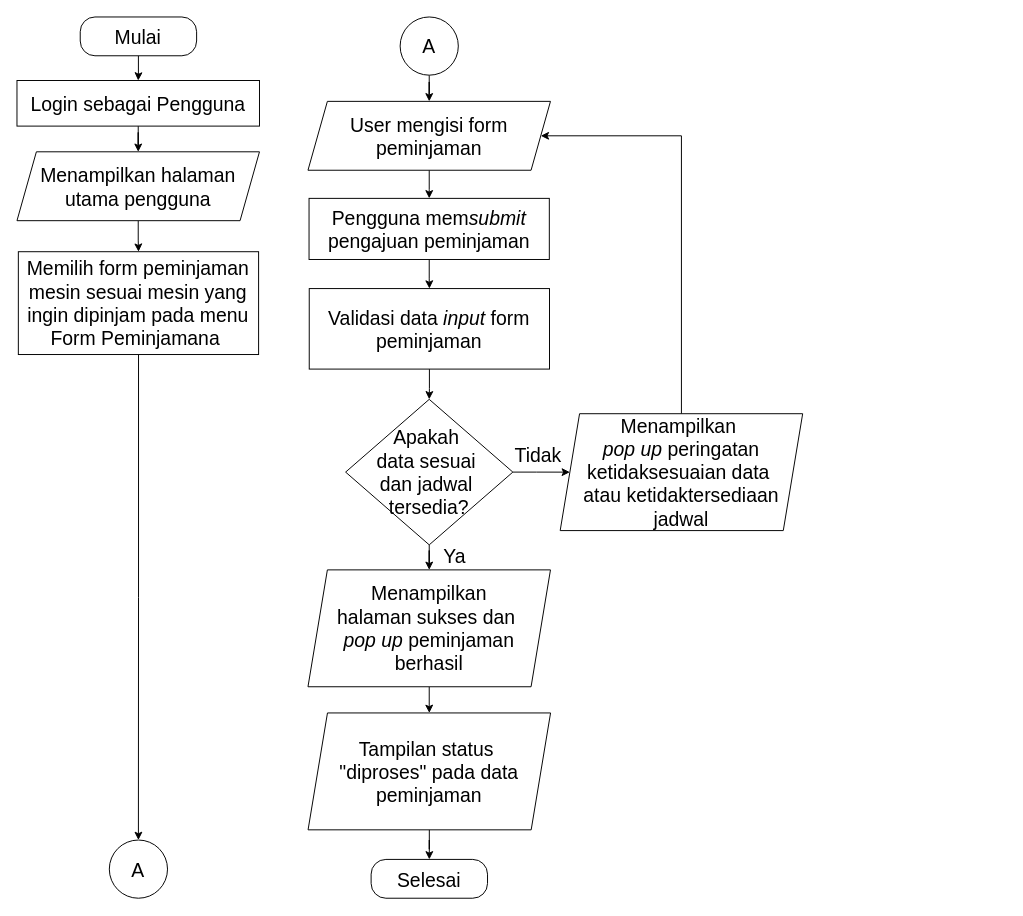
The draw.io diagram page "Salinan Proses Pengajuan Peminjaman" (38 of 45) of Diagram Aktivitas Admin.drawio.xml in murtianggraeni/TugasAkhir_Flowchart, before the edit. Source tidied: cells renumbered, new cells numbered last; positions are measured from the earlier drawing's top-left corner, leaving out a move shared by most shapes. Both pictures are drawn from the tidied source at 97%, with x=0, y=0 at pixel (16, 16).
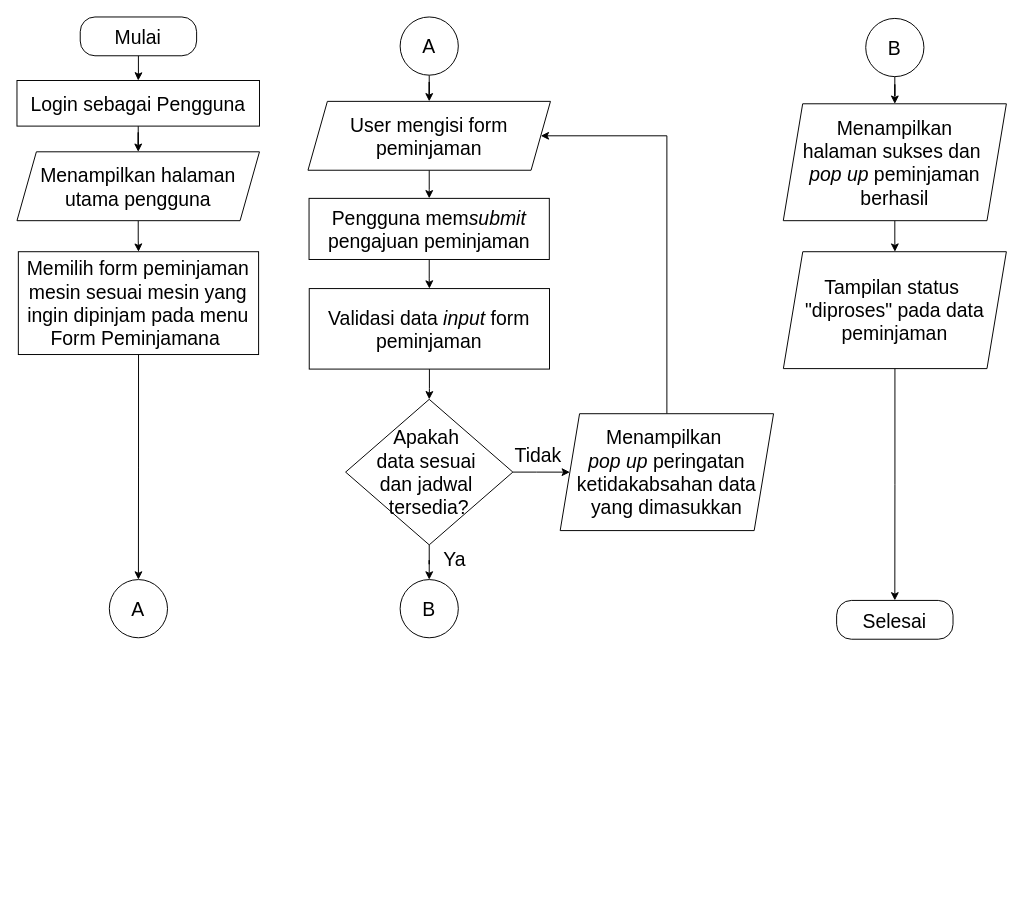
After the change.

The change refers to these unchanged cells:
```xml
<mxCell id="12" value="&lt;span style=&quot;font-size: 20px;&quot;&gt;User mengisi form peminjaman&lt;/span&gt;" style="shape=parallelogram;perimeter=parallelogramPerimeter;whiteSpace=wrap;html=1;fixedSize=1;" parent="1" vertex="1">
  <mxGeometry x="300" y="87" width="250" height="71" as="geometry" />
</mxCell>
<mxCell id="21" value="&lt;font style=&quot;font-size: 20px;&quot;&gt;Apakah&amp;nbsp;&lt;/font&gt;&lt;div&gt;&lt;font style=&quot;font-size: 20px;&quot;&gt;data sesuai&amp;nbsp;&lt;/font&gt;&lt;/div&gt;&lt;div&gt;&lt;font style=&quot;font-size: 20px;&quot;&gt;&lt;font style=&quot;&quot;&gt;dan&amp;nbsp;&lt;/font&gt;&lt;span style=&quot;background-color: initial;&quot;&gt;jadwal&amp;nbsp;&lt;/span&gt;&lt;/font&gt;&lt;div&gt;&lt;span style=&quot;background-color: initial;&quot;&gt;&lt;font style=&quot;font-size: 20px;&quot;&gt;tersedia?&lt;/font&gt;&lt;/span&gt;&lt;/div&gt;&lt;/div&gt;" style="rhombus;whiteSpace=wrap;html=1;" parent="1" vertex="1">
  <mxGeometry x="338.8" y="394.2" width="172.4" height="150" as="geometry" />
</mxCell>
```

The edit, as a diff of the source:
```diff
@@
     <mxCell id="10" value="&lt;font style=&quot;font-size: 20px;&quot;&gt;A&lt;/font&gt;" style="ellipse;whiteSpace=wrap;html=1;" parent="1" vertex="1">
-      <mxGeometry x="95.2" y="848.5" width="60" height="60" as="geometry" />
+      <mxGeometry x="95.2" y="580" width="60" height="60" as="geometry" />
     </mxCell>
@@
-    <mxCell id="19" style="edgeStyle=orthogonalEdgeStyle;rounded=0;jettySize=auto;html=1;" parent="1" edge="1" source="21" target="27">
-      <mxGeometry relative="1" as="geometry" />
-    </mxCell>
+    <mxCell id="31" style="edgeStyle=orthogonalEdgeStyle;rounded=0;jettySize=auto;html=1;" parent="1" edge="1" source="21" target="34">
+      <mxGeometry relative="1" as="geometry" />
+    </mxCell>
-    <mxCell id="20" value="&lt;font style=&quot;font-size: 20px;&quot;&gt;Ya&lt;/font&gt;" style="edgeLabel;html=1;align=center;verticalAlign=middle;" parent="19" vertex="1">
-      <mxGeometry x="-0.42" y="2" relative="1" as="geometry">
-        <mxPoint x="23" y="-6" as="offset" />
+    <mxCell id="20" value="&lt;font style=&quot;font-size: 20px;&quot;&gt;Ya&lt;/font&gt;" style="edgeLabel;html=1;align=center;verticalAlign=middle;" parent="31" vertex="1">
+      <mxGeometry x="-0.38" y="1" relative="1" as="geometry">
+        <mxPoint x="24" as="offset" />
       </mxGeometry>
     </mxCell>
@@
     <mxCell id="22" style="edgeStyle=orthogonalEdgeStyle;rounded=0;jettySize=auto;html=1;entryX=1;entryY=0.5;entryDx=0;entryDy=0;" parent="1" edge="1" source="23" target="12">
       <mxGeometry relative="1" as="geometry">
         <Array as="points">
-          <mxPoint x="685" y="122" />
+          <mxPoint x="670" y="123" />
         </Array>
       </mxGeometry>
     </mxCell>
-    <mxCell id="23" value="&lt;font style=&quot;font-size: 20px;&quot;&gt;Menampilkan&amp;nbsp;&lt;/font&gt;&lt;div&gt;&lt;font style=&quot;font-size: 20px;&quot;&gt;&lt;i&gt;pop up&lt;/i&gt;&amp;nbsp;peringatan&lt;/font&gt;&lt;/div&gt;&lt;div&gt;&lt;font style=&quot;font-size: 20px;&quot;&gt;ketidaksesuaian data&amp;nbsp;&lt;/font&gt;&lt;/div&gt;&lt;div&gt;&lt;font style=&quot;font-size: 20px;&quot;&gt;atau ketidaktersediaan jadwal&lt;/font&gt;&lt;/div&gt;" style="shape=parallelogram;perimeter=parallelogramPerimeter;whiteSpace=wrap;html=1;fixedSize=1;" parent="1" vertex="1">
-      <mxGeometry x="560" y="409" width="250" height="120.5" as="geometry" />
+    <mxCell id="23" value="&lt;font style=&quot;font-size: 20px;&quot;&gt;Menampilkan&amp;nbsp;&lt;/font&gt;&lt;div&gt;&lt;font style=&quot;font-size: 20px;&quot;&gt;&lt;i&gt;pop up&lt;/i&gt;&amp;nbsp;peringatan&lt;/font&gt;&lt;/div&gt;&lt;div&gt;&lt;font style=&quot;font-size: 20px;&quot;&gt;ketidakabsahan data yang dimasukkan&lt;/font&gt;&lt;/div&gt;" style="shape=parallelogram;perimeter=parallelogramPerimeter;whiteSpace=wrap;html=1;fixedSize=1;" parent="1" vertex="1">
+      <mxGeometry x="560" y="409" width="220" height="120.5" as="geometry" />
     </mxCell>
@@
     <mxCell id="27" value="&lt;font style=&quot;font-size: 20px;&quot;&gt;Menampilkan&lt;/font&gt;&lt;div&gt;&lt;font style=&quot;font-size: 20px;&quot;&gt;&lt;font style=&quot;&quot;&gt;halaman&amp;nbsp;&lt;/font&gt;&lt;span style=&quot;background-color: initial;&quot;&gt;sukses dan&amp;nbsp;&lt;/span&gt;&lt;/font&gt;&lt;/div&gt;&lt;div&gt;&lt;font style=&quot;font-size: 20px;&quot;&gt;&lt;span style=&quot;background-color: initial;&quot;&gt;&lt;i&gt;pop up&lt;/i&gt;&amp;nbsp;&lt;/span&gt;&lt;span style=&quot;background-color: initial;&quot;&gt;peminjaman berhasil&lt;/span&gt;&lt;/font&gt;&lt;/div&gt;" style="shape=parallelogram;perimeter=parallelogramPerimeter;whiteSpace=wrap;html=1;fixedSize=1;" parent="1" vertex="1">
-      <mxGeometry x="300" y="570" width="250" height="120.5" as="geometry" />
+      <mxGeometry x="790" y="89.5" width="230" height="120.5" as="geometry" />
     </mxCell>
@@
     <mxCell id="29" value="&lt;font style=&quot;font-size: 20px;&quot;&gt;Tampilan status&amp;nbsp;&lt;/font&gt;&lt;div&gt;&lt;font style=&quot;font-size: 20px;&quot;&gt;&quot;diproses&quot;&amp;nbsp;&lt;/font&gt;&lt;span style=&quot;font-size: 20px; background-color: transparent; color: light-dark(rgb(0, 0, 0), rgb(255, 255, 255));&quot;&gt;pada data peminjaman&lt;/span&gt;&lt;/div&gt;" style="shape=parallelogram;perimeter=parallelogramPerimeter;whiteSpace=wrap;html=1;fixedSize=1;" parent="1" vertex="1">
-      <mxGeometry x="300.1" y="717.5" width="250" height="120.5" as="geometry" />
+      <mxGeometry x="790.1" y="242" width="229.9" height="120.5" as="geometry" />
     </mxCell>
     <mxCell id="30" value="&lt;font style=&quot;font-size: 20px;&quot;&gt;Selesai&lt;/font&gt;" style="rounded=1;whiteSpace=wrap;html=1;arcSize=38;" parent="1" vertex="1">
-      <mxGeometry x="365.1" y="868.5" width="120" height="40" as="geometry" />
+      <mxGeometry x="845" y="601.5" width="120" height="40" as="geometry" />
     </mxCell>
+    <mxCell id="32" style="edgeStyle=orthogonalEdgeStyle;rounded=0;jettySize=auto;html=1;" parent="1" edge="1" source="33" target="27">
+      <mxGeometry relative="1" as="geometry" />
+    </mxCell>
+    <mxCell id="33" value="&lt;font style=&quot;font-size: 20px;&quot;&gt;B&lt;/font&gt;" style="ellipse;whiteSpace=wrap;html=1;" parent="1" vertex="1">
+      <mxGeometry x="875" y="1.5" width="60" height="60" as="geometry" />
+    </mxCell>
+    <mxCell id="34" value="&lt;span style=&quot;font-size: 20px;&quot;&gt;B&lt;/span&gt;" style="ellipse;whiteSpace=wrap;html=1;" parent="1" vertex="1">
+      <mxGeometry x="395" y="580" width="60" height="60" as="geometry" />
+    </mxCell>
```
